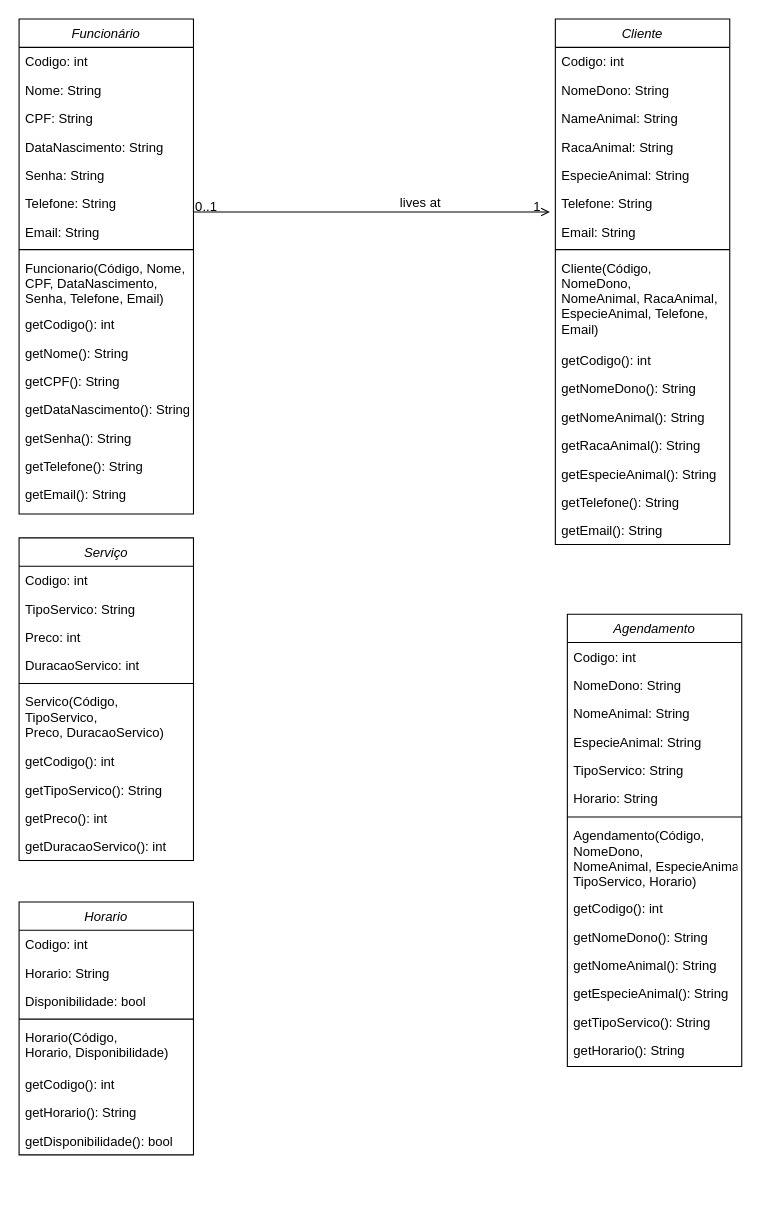
This is Requisitos/Diagrama de Classes.drawio from Bernardo-Bertante/ProjetoPetShop, a draw.io file, before an edit. Source tidied: cells renumbered, new cells numbered last; positions are measured from the earlier drawing's top-left corner, leaving out a move shared by most shapes. Both pictures are drawn from the tidied source at 109%, with x=0, y=0 at pixel (19, 19).
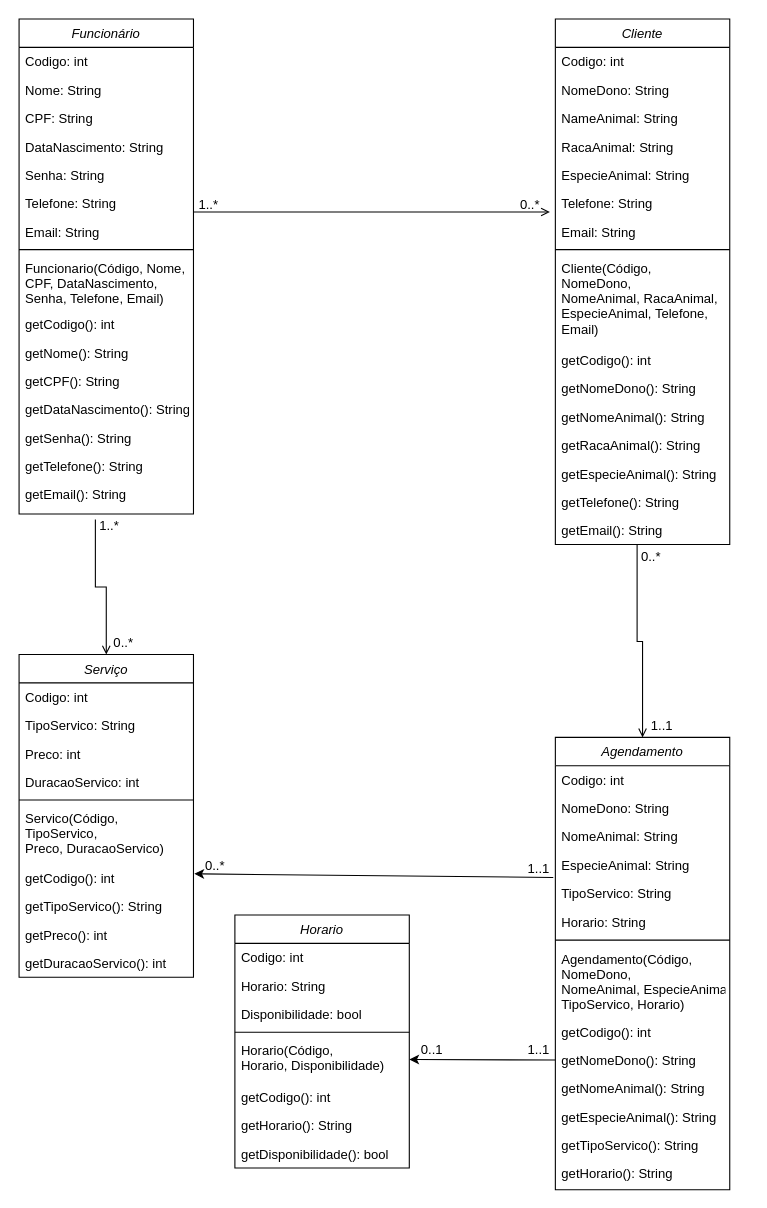
Above is the later version.

The change refers to these unchanged cells:
```xml
<mxCell id="19" style="endArrow=open;shadow=0;strokeWidth=1;rounded=0;curved=0;endFill=1;edgeStyle=elbowEdgeStyle;elbow=vertical;" parent="1" edge="1" source="2">
  <mxGeometry x="0.5" y="41" relative="1" as="geometry">
    <mxPoint x="487" y="177" as="targetPoint" />
    <mxPoint x="-40" y="32" as="offset" />
  </mxGeometry>
</mxCell>
<mxCell id="47" value="getCodigo(): int" style="text;align=left;verticalAlign=top;spacingLeft=4;spacingRight=4;overflow=hidden;points=[[0,0.5],[1,0.5]];portConstraint=eastwest;" parent="40" vertex="1">
  <mxGeometry y="192" width="160" height="26" as="geometry" />
</mxCell>
<mxCell id="55" value="EspecieAnimal: String" style="text;align=left;verticalAlign=top;spacingLeft=4;spacingRight=4;overflow=hidden;points=[[0,0.5],[1,0.5]];portConstraint=eastwest;" parent="51" vertex="1">
  <mxGeometry y="104" width="160" height="26" as="geometry" />
</mxCell>
<mxCell id="61" value="getNomeDono(): String" style="text;align=left;verticalAlign=top;spacingLeft=4;spacingRight=4;overflow=hidden;points=[[0,0.5],[1,0.5]];portConstraint=eastwest;" parent="51" vertex="1">
  <mxGeometry y="283" width="160" height="26" as="geometry" />
</mxCell>
<mxCell id="71" value="Horario(Código, &#10;Horario, Disponibilidade)" style="text;align=left;verticalAlign=top;spacingLeft=4;spacingRight=4;overflow=hidden;points=[[0,0.5],[1,0.5]];portConstraint=eastwest;" parent="66" vertex="1">
  <mxGeometry y="111" width="160" height="43" as="geometry" />
</mxCell>
```

The edit, as a diff of the source:
```diff
@@
-    <mxCell id="20" value="0..1" style="align=left;verticalAlign=bottom;labelBackgroundColor=none;fontSize=12;" parent="19" vertex="1">
+    <mxCell id="20" value="1..*" style="align=left;verticalAlign=bottom;labelBackgroundColor=none;fontSize=12;" parent="19" vertex="1">
       <mxGeometry x="-1" relative="1" as="geometry">
-        <mxPoint y="4" as="offset" />
+        <mxPoint x="3" y="2" as="offset" />
       </mxGeometry>
     </mxCell>
-    <mxCell id="21" value="1" style="align=right;verticalAlign=bottom;labelBackgroundColor=none;fontSize=12;" parent="19" vertex="1">
-      <mxGeometry x="1" relative="1" as="geometry">
-        <mxPoint x="-7" y="4" as="offset" />
-      </mxGeometry>
-    </mxCell>
-    <mxCell id="22" value="lives at" style="text;html=1;align=center;verticalAlign=middle;labelBackgroundColor=none;rounded=0;shadow=0;strokeWidth=1;fontSize=12;" parent="19" vertex="1">
-      <mxGeometry x="0.5" y="49" relative="1" as="geometry">
-        <mxPoint x="-38" y="40" as="offset" />
-      </mxGeometry>
-    </mxCell>
@@
     <mxCell id="40" value="Serviço" style="swimlane;fontStyle=2;align=center;verticalAlign=top;horizontal=1;startSize=26;rounded=0;shadow=0;strokeWidth=1;" parent="1" vertex="1">
-      <mxGeometry y="476" width="160" height="296" as="geometry" />
+      <mxGeometry y="583" width="160" height="296" as="geometry" />
     </mxCell>
@@
     <mxCell id="51" value="Agendamento" style="swimlane;fontStyle=2;align=center;verticalAlign=top;horizontal=1;startSize=26;rounded=0;shadow=0;strokeWidth=1;" parent="1" vertex="1">
-      <mxGeometry x="503" y="546" width="160" height="415" as="geometry" />
+      <mxGeometry x="492" y="659" width="160" height="415" as="geometry" />
     </mxCell>
@@
     <mxCell id="66" value="Horario" style="swimlane;fontStyle=2;align=center;verticalAlign=top;horizontal=1;startSize=26;rounded=0;shadow=0;strokeWidth=1;" parent="1" vertex="1">
-      <mxGeometry y="810" width="160" height="232" as="geometry" />
+      <mxGeometry x="198" y="822" width="160" height="232" as="geometry" />
     </mxCell>
@@
+    <mxCell id="75" value="0..*" style="align=left;verticalAlign=bottom;labelBackgroundColor=none;fontSize=12;" parent="1" vertex="1">
+      <mxGeometry x="458" y="179" as="geometry" />
+    </mxCell>
+    <mxCell id="76" style="endArrow=open;shadow=0;strokeWidth=1;rounded=0;curved=0;endFill=1;edgeStyle=elbowEdgeStyle;elbow=vertical;entryX=0.5;entryY=0;entryDx=0;entryDy=0;" parent="1" edge="1" target="40">
+      <mxGeometry x="0.5" y="41" relative="1" as="geometry">
+        <mxPoint x="70" y="459" as="sourcePoint" />
+        <mxPoint x="-40" y="32" as="offset" />
+      </mxGeometry>
+    </mxCell>
+    <mxCell id="77" value="1..*" style="align=left;verticalAlign=bottom;labelBackgroundColor=none;fontSize=12;" parent="76" vertex="1">
+      <mxGeometry x="-1" relative="1" as="geometry">
+        <mxPoint x="2" y="14" as="offset" />
+      </mxGeometry>
+    </mxCell>
+    <mxCell id="78" value="0..*" style="align=left;verticalAlign=bottom;labelBackgroundColor=none;fontSize=12;" parent="1" vertex="1">
+      <mxGeometry x="413" y="280" as="geometry">
+        <mxPoint x="-328" y="301" as="offset" />
+      </mxGeometry>
+    </mxCell>
+    <mxCell id="79" style="endArrow=open;shadow=0;strokeWidth=1;rounded=0;curved=0;endFill=1;edgeStyle=elbowEdgeStyle;elbow=vertical;entryX=0.5;entryY=0;entryDx=0;entryDy=0;" parent="1" edge="1" target="51">
+      <mxGeometry x="0.5" y="41" relative="1" as="geometry">
+        <mxPoint x="567" y="482" as="sourcePoint" />
+        <mxPoint x="-40" y="32" as="offset" />
+      </mxGeometry>
+    </mxCell>
+    <mxCell id="80" value="0..*" style="align=left;verticalAlign=bottom;labelBackgroundColor=none;fontSize=12;" parent="79" vertex="1">
+      <mxGeometry x="-1" relative="1" as="geometry">
+        <mxPoint x="2" y="20" as="offset" />
+      </mxGeometry>
+    </mxCell>
+    <mxCell id="81" value="1..1" style="align=left;verticalAlign=bottom;labelBackgroundColor=none;fontSize=12;" parent="1" vertex="1">
+      <mxGeometry x="578" y="657" as="geometry" />
+    </mxCell>
+    <mxCell id="82" style="endArrow=classic;html=1;rounded=0;exitX=-0.012;exitY=0.945;exitDx=0;exitDy=0;exitPerimeter=0;entryX=1.005;entryY=0.352;entryDx=0;entryDy=0;entryPerimeter=0;" parent="1" edge="1" source="55" target="47">
+      <mxGeometry relative="1" as="geometry" />
+    </mxCell>
+    <mxCell id="83" value="0..*" style="align=left;verticalAlign=bottom;labelBackgroundColor=none;fontSize=12;" parent="1" vertex="1">
+      <mxGeometry x="169" y="785" as="geometry" />
+    </mxCell>
+    <mxCell id="84" value="1..1" style="align=left;verticalAlign=bottom;labelBackgroundColor=none;fontSize=12;" parent="1" vertex="1">
+      <mxGeometry x="465" y="788" as="geometry" />
+    </mxCell>
+    <mxCell id="85" style="endArrow=classic;html=1;rounded=0;exitX=0;exitY=0.5;exitDx=0;exitDy=0;entryX=1;entryY=0.5;entryDx=0;entryDy=0;" parent="1" edge="1" source="61" target="71">
+      <mxGeometry relative="1" as="geometry" />
+    </mxCell>
+    <mxCell id="86" value="0..1" style="align=left;verticalAlign=bottom;labelBackgroundColor=none;fontSize=12;" parent="1" vertex="1">
+      <mxGeometry x="367" y="954" as="geometry" />
+    </mxCell>
+    <mxCell id="87" value="1..1" style="align=left;verticalAlign=bottom;labelBackgroundColor=none;fontSize=12;" parent="1" vertex="1">
+      <mxGeometry x="465" y="954" as="geometry" />
+    </mxCell>
```
